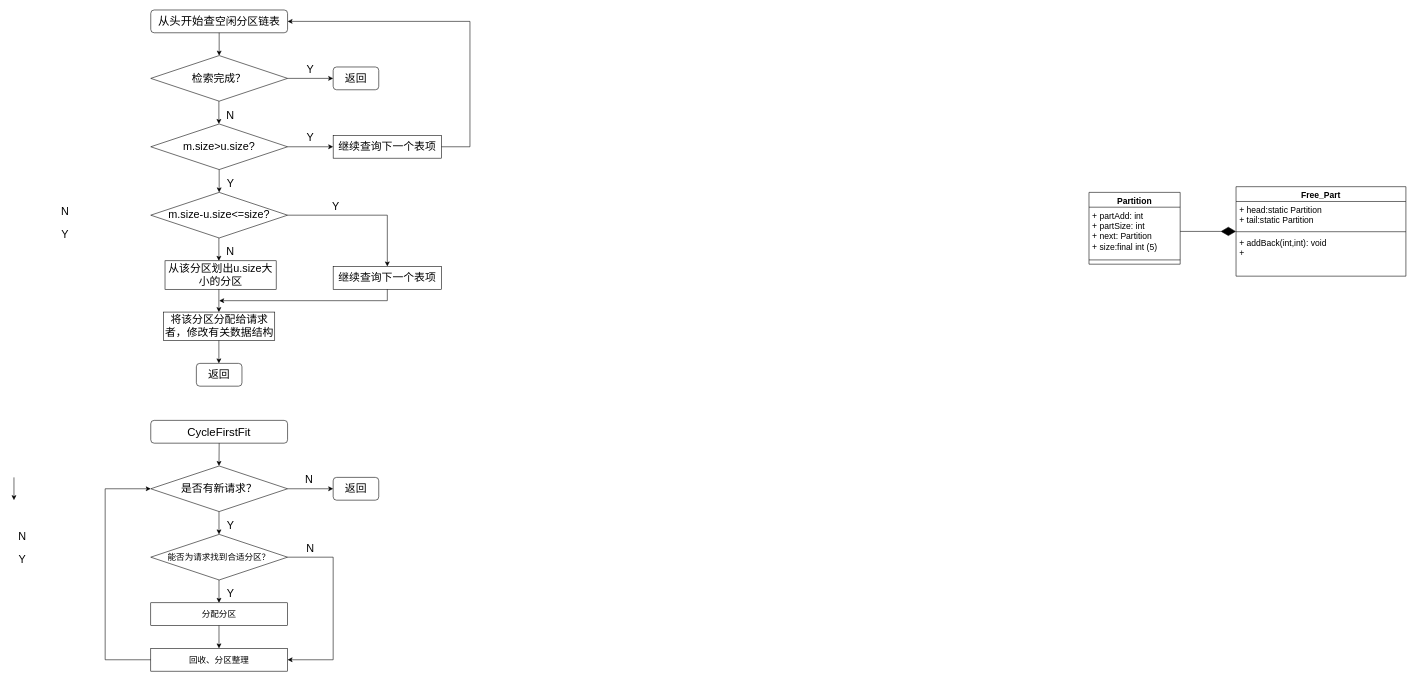
The draw.io diagram DynamicParticipant.drawio in minhuomin/minhuomin.github, before the edit. Source tidied: cells renumbered, new cells numbered last; positions are measured from the earlier drawing's top-left corner, leaving out a move shared by most shapes. Both pictures are drawn from the tidied source at 57%, with x=0, y=0 at pixel (14, 10).
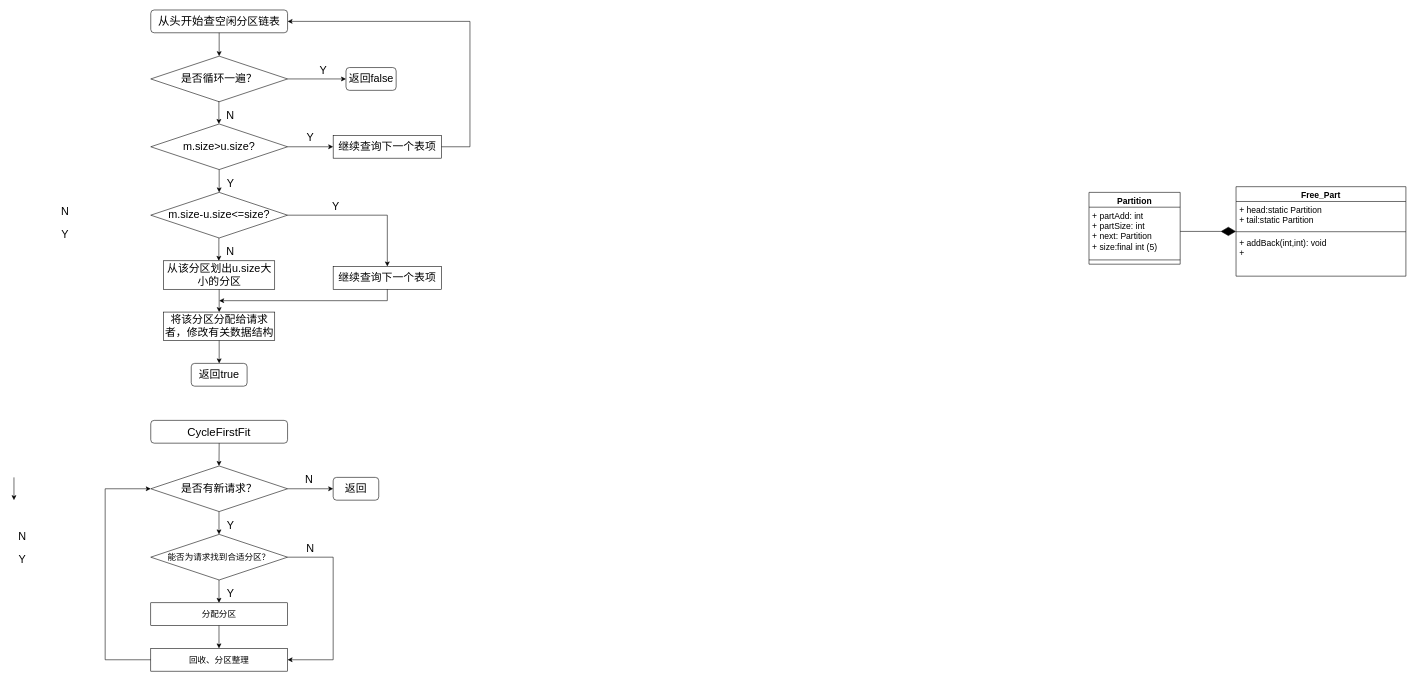
The same diagram, later.

Unchanged cells that the change refers to:
```xml
<mxCell id="28" value="将该分区分配给请求者，修改有关数据结构" style="rounded=0;whiteSpace=wrap;html=1;fontSize=19;" parent="1" vertex="1">
  <mxGeometry x="262.5" y="530" width="195" height="50" as="geometry" />
</mxCell>
```

What changed in the source:
```diff
@@
-    <mxCell id="3" value="检索完成？" style="rhombus;whiteSpace=wrap;html=1;fontSize=19;" parent="1" vertex="1">
-      <mxGeometry x="240" y="80" width="240" height="80" as="geometry" />
+    <mxCell id="3" value="是否循环一遍？" style="rhombus;whiteSpace=wrap;html=1;fontSize=19;" parent="1" vertex="1">
+      <mxGeometry x="240" y="81" width="240" height="80" as="geometry" />
     </mxCell>
     <mxCell id="4" style="endArrow=classic;html=1;rounded=0;fontSize=19;exitX=1;exitY=0.5;exitDx=0;exitDy=0;" parent="1" edge="1" source="3">
       <mxGeometry relative="1" as="geometry">
-        <mxPoint x="560" y="120" as="targetPoint" />
+        <mxPoint x="582.5" y="121" as="targetPoint" />
       </mxGeometry>
     </mxCell>
@@
     <mxCell id="8" value="Y" style="text;html=1;strokeColor=none;fillColor=none;align=center;verticalAlign=middle;whiteSpace=wrap;rounded=0;fontSize=19;" parent="1" vertex="1">
-      <mxGeometry x="490" y="90" width="60" height="30" as="geometry" />
+      <mxGeometry x="512.5" y="91" width="60" height="30" as="geometry" />
     </mxCell>
-    <mxCell id="9" value="返回" style="rounded=1;whiteSpace=wrap;html=1;fontSize=19;" parent="1" vertex="1">
-      <mxGeometry x="560" y="100" width="80" height="40" as="geometry" />
+    <mxCell id="9" value="返回false" style="rounded=1;whiteSpace=wrap;html=1;fontSize=19;" parent="1" vertex="1">
+      <mxGeometry x="582.5" y="101" width="88" height="40" as="geometry" />
     </mxCell>
@@
-    <mxCell id="23" style="endArrow=classic;html=1;rounded=0;fontSize=19;exitX=0.5;exitY=1;exitDx=0;exitDy=0;entryX=0.5;entryY=0;entryDx=0;entryDy=0;" parent="1" edge="1">
+    <mxCell id="23" style="endArrow=classic;html=1;rounded=0;fontSize=19;exitX=0.5;exitY=1;exitDx=0;exitDy=0;entryX=0.497;entryY=0;entryDx=0;entryDy=0;entryPerimeter=0;" parent="1" edge="1" target="25">
       <mxGeometry relative="1" as="geometry">
         <mxPoint x="359.5" y="400" as="sourcePoint" />
-        <mxPoint x="359.5" y="440" as="targetPoint" />
       </mxGeometry>
     </mxCell>
@@
     <mxCell id="25" value="从该分区划出u.size大小的分区" style="rounded=0;whiteSpace=wrap;html=1;fontSize=19;" parent="1" vertex="1">
-      <mxGeometry x="265" y="440" width="195" height="50" as="geometry" />
+      <mxGeometry x="262.5" y="440" width="195" height="50" as="geometry" />
     </mxCell>
-    <mxCell id="26" style="endArrow=classic;html=1;rounded=0;fontSize=19;exitX=0.5;exitY=1;exitDx=0;exitDy=0;entryX=0.5;entryY=0;entryDx=0;entryDy=0;" parent="1" edge="1">
-      <mxGeometry relative="1" as="geometry">
-        <mxPoint x="359.5" y="490" as="sourcePoint" />
-        <mxPoint x="359.5" y="530" as="targetPoint" />
-      </mxGeometry>
+    <mxCell id="26" style="endArrow=classic;html=1;rounded=0;fontSize=19;exitX=0.5;exitY=1;exitDx=0;exitDy=0;entryX=0.5;entryY=0;entryDx=0;entryDy=0;" parent="1" edge="1" source="25" target="28">
+      <mxGeometry relative="1" as="geometry" />
     </mxCell>
@@
-    <mxCell id="29" style="endArrow=classic;html=1;rounded=0;fontSize=19;exitX=0.5;exitY=1;exitDx=0;exitDy=0;entryX=0.5;entryY=0;entryDx=0;entryDy=0;" parent="1" edge="1">
-      <mxGeometry relative="1" as="geometry">
-        <mxPoint x="359.5" y="580" as="sourcePoint" />
-        <mxPoint x="359.5" y="620" as="targetPoint" />
-      </mxGeometry>
+    <mxCell id="29" style="endArrow=classic;html=1;rounded=0;fontSize=19;exitX=0.5;exitY=1;exitDx=0;exitDy=0;entryX=0.5;entryY=0;entryDx=0;entryDy=0;" parent="1" edge="1" source="28" target="30">
+      <mxGeometry relative="1" as="geometry" />
     </mxCell>
-    <mxCell id="30" value="返回" style="rounded=1;whiteSpace=wrap;html=1;fontSize=19;" parent="1" vertex="1">
-      <mxGeometry x="320" y="620" width="80" height="40" as="geometry" />
+    <mxCell id="30" value="返回true" style="rounded=1;whiteSpace=wrap;html=1;fontSize=19;" parent="1" vertex="1">
+      <mxGeometry x="311" y="620" width="98" height="40" as="geometry" />
     </mxCell>
```
